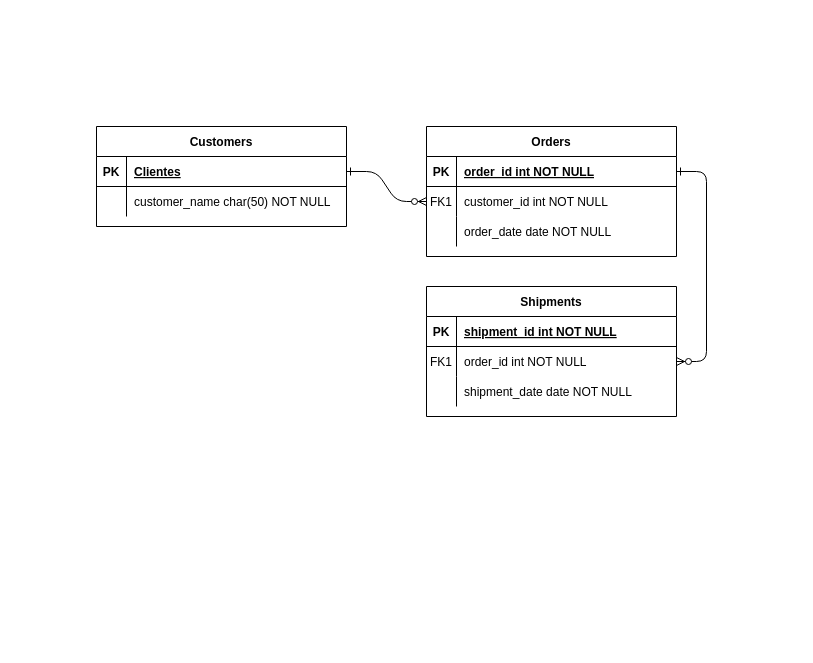
This is Diagrama sin título.drawio from santiago9910/Diplomado_Analisis_datos, a draw.io file, before an edit. Source tidied: cells renumbered, new cells numbered last; positions are measured from the earlier drawing's top-left corner, leaving out a move shared by most shapes. Both pictures are drawn from the tidied source at 100%, with x=0, y=0 at pixel (96, 126).
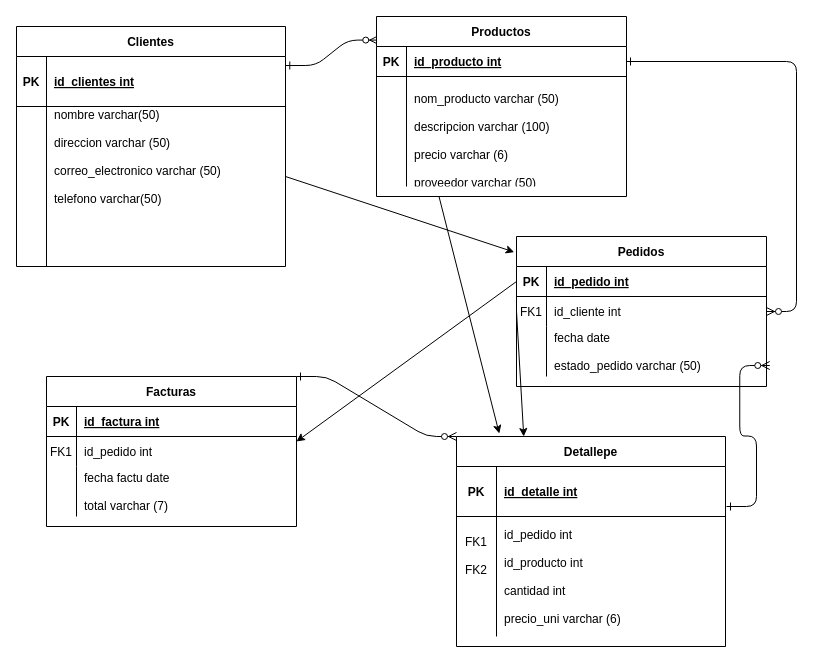
Above is the later version.

Unchanged cells that the change refers to:
```xml
<mxCell id="5" style="shape=partialRectangle;fillColor=none;points=[[0,0.5],[1,0.5]];portConstraint=eastwest;top=0;left=0;right=0;bottom=1;" parent="4" vertex="1">
  <mxGeometry y="30" width="250" height="30" as="geometry" />
</mxCell>
<mxCell id="15" style="shape=partialRectangle;fillColor=none;points=[[0,0.5],[1,0.5]];portConstraint=eastwest;top=0;left=0;right=0;bottom=1;" parent="14" vertex="1">
  <mxGeometry y="30" width="250" height="30" as="geometry" />
</mxCell>
<mxCell id="18" style="shape=partialRectangle;fillColor=none;points=[[0,0.5],[1,0.5]];portConstraint=eastwest;top=0;left=0;right=0;bottom=0;" parent="14" vertex="1">
  <mxGeometry y="60" width="250" height="30" as="geometry" />
</mxCell>
```

Diff of the diagram source:
```diff
@@
-    <mxCell id="2" style="edgeStyle=entityRelationEdgeStyle;endArrow=ERzeroToMany;startArrow=ERone;endFill=1;startFill=0;" parent="1" edge="1" source="25" target="8">
+    <mxCell id="2" style="edgeStyle=entityRelationEdgeStyle;endArrow=ERzeroToMany;startArrow=ERone;endFill=1;startFill=0;entryX=0.005;entryY=0.131;entryDx=0;entryDy=0;entryPerimeter=0;exitX=1.001;exitY=0.18;exitDx=0;exitDy=0;exitPerimeter=0;" parent="1" edge="1" source="25" target="4">
       <mxGeometry relative="1" as="geometry" />
     </mxCell>
@@
-    <mxCell id="4" value="Orders" style="shape=table;startSize=30;childLayout=tableLayout;rowLines=0;fontStyle=1;align=center;" parent="1" vertex="1">
-      <mxGeometry x="330" width="250" height="130" as="geometry" />
+    <mxCell id="4" value="Productos" style="shape=table;startSize=30;childLayout=tableLayout;rowLines=0;fontStyle=1;align=center;" parent="1" vertex="1">
+      <mxGeometry x="280" y="-110" width="250" height="180" as="geometry" />
     </mxCell>
@@
-    <mxCell id="7" value="order_id int NOT NULL " style="shape=partialRectangle;overflow=hidden;fillColor=none;top=0;left=0;bottom=0;right=0;align=left;spacingLeft=6;fontStyle=5;" parent="5" vertex="1">
+    <mxCell id="7" value="id_producto int" style="shape=partialRectangle;overflow=hidden;fillColor=none;top=0;left=0;bottom=0;right=0;align=left;spacingLeft=6;fontStyle=5;" parent="5" vertex="1">
       <mxGeometry x="30" width="220" height="30" as="geometry" />
     </mxCell>
-    <mxCell id="8" style="shape=partialRectangle;fillColor=none;points=[[0,0.5],[1,0.5]];portConstraint=eastwest;top=0;left=0;right=0;bottom=0;" parent="4" vertex="1">
-      <mxGeometry y="60" width="250" height="30" as="geometry" />
-    </mxCell>
-    <mxCell id="9" value="FK1" style="shape=partialRectangle;overflow=hidden;fillColor=none;top=0;left=0;bottom=0;right=0;" parent="8" vertex="1">
-      <mxGeometry width="30" height="30" as="geometry" />
-    </mxCell>
-    <mxCell id="10" value="customer_id int NOT NULL" style="shape=partialRectangle;overflow=hidden;fillColor=none;top=0;left=0;bottom=0;right=0;align=left;spacingLeft=6;" parent="8" vertex="1">
-      <mxGeometry x="30" width="220" height="30" as="geometry" />
-    </mxCell>
     <mxCell id="11" style="shape=partialRectangle;fillColor=none;top=0;left=0;right=0;bottom=0;" parent="4" vertex="1">
-      <mxGeometry y="90" width="250" height="30" as="geometry" />
+      <mxGeometry y="60" width="250" height="110" as="geometry" />
     </mxCell>
     <mxCell id="12" style="shape=partialRectangle;overflow=hidden;fillColor=none;top=0;left=0;bottom=0;right=0;" parent="11" vertex="1">
-      <mxGeometry width="30" height="30" as="geometry" />
+      <mxGeometry width="30" height="110" as="geometry" />
     </mxCell>
-    <mxCell id="13" value="order_date date NOT NULL" style="shape=partialRectangle;overflow=hidden;fillColor=none;top=0;left=0;bottom=0;right=0;align=left;spacingLeft=6;" parent="11" vertex="1">
-      <mxGeometry x="30" width="220" height="30" as="geometry" />
+    <mxCell id="13" value="&#10;nom_producto varchar (50)&#10;&#10;descripcion varchar (100)&#10;&#10;precio varchar (6)&#10;&#10;proveedor varchar (50)&#10;" style="shape=partialRectangle;overflow=hidden;fillColor=none;top=0;left=0;bottom=0;right=0;align=left;spacingLeft=6;" parent="11" vertex="1">
+      <mxGeometry x="30" width="220" height="110" as="geometry" />
     </mxCell>
-    <mxCell id="14" value="Shipments" style="shape=table;startSize=30;childLayout=tableLayout;rowLines=0;fontStyle=1;align=center;" parent="1" vertex="1">
-      <mxGeometry x="330" y="160" width="250" height="130" as="geometry" />
+    <mxCell id="14" value="Pedidos" style="shape=table;startSize=30;childLayout=tableLayout;rowLines=0;fontStyle=1;align=center;" parent="1" vertex="1">
+      <mxGeometry x="420" y="110" width="250" height="150" as="geometry" />
     </mxCell>
@@
-    <mxCell id="17" value="shipment_id int NOT NULL " style="shape=partialRectangle;overflow=hidden;fillColor=none;top=0;left=0;bottom=0;right=0;align=left;spacingLeft=6;fontStyle=5;" parent="15" vertex="1">
+    <mxCell id="17" value="id_pedido int" style="shape=partialRectangle;overflow=hidden;fillColor=none;top=0;left=0;bottom=0;right=0;align=left;spacingLeft=6;fontStyle=5;" parent="15" vertex="1">
       <mxGeometry x="30" width="220" height="30" as="geometry" />
     </mxCell>
@@
-    <mxCell id="20" value="order_id int NOT NULL" style="shape=partialRectangle;overflow=hidden;fillColor=none;top=0;left=0;bottom=0;right=0;align=left;spacingLeft=6;" parent="18" vertex="1">
+    <mxCell id="20" value="id_cliente int" style="shape=partialRectangle;overflow=hidden;fillColor=none;top=0;left=0;bottom=0;right=0;align=left;spacingLeft=6;" parent="18" vertex="1">
       <mxGeometry x="30" width="220" height="30" as="geometry" />
     </mxCell>
     <mxCell id="21" style="shape=partialRectangle;fillColor=none;points=[[0,0.5],[1,0.5]];portConstraint=eastwest;top=0;left=0;right=0;bottom=0;" parent="14" vertex="1">
-      <mxGeometry y="90" width="250" height="30" as="geometry" />
+      <mxGeometry y="90" width="250" height="50" as="geometry" />
     </mxCell>
     <mxCell id="22" style="shape=partialRectangle;overflow=hidden;fillColor=none;top=0;left=0;bottom=0;right=0;" parent="21" vertex="1">
-      <mxGeometry width="30" height="30" as="geometry" />
+      <mxGeometry width="30" height="50" as="geometry" />
     </mxCell>
-    <mxCell id="23" value="shipment_date date NOT NULL" style="shape=partialRectangle;overflow=hidden;fillColor=none;top=0;left=0;bottom=0;right=0;align=left;spacingLeft=6;" parent="21" vertex="1">
-      <mxGeometry x="30" width="220" height="30" as="geometry" />
+    <mxCell id="23" value="fecha date&#10;&#10;estado_pedido varchar (50)" style="shape=partialRectangle;overflow=hidden;fillColor=none;top=0;left=0;bottom=0;right=0;align=left;spacingLeft=6;" parent="21" vertex="1">
+      <mxGeometry x="30" width="220" height="50" as="geometry" />
     </mxCell>
-    <mxCell id="24" value="Customers" style="shape=table;startSize=30;childLayout=tableLayout;rowLines=0;fontStyle=1;align=center;" parent="1" vertex="1">
-      <mxGeometry width="250" height="100" as="geometry" />
+    <mxCell id="24" value="Clientes" style="shape=table;startSize=30;childLayout=tableLayout;rowLines=0;fontStyle=1;align=center;" parent="1" vertex="1">
+      <mxGeometry x="-80" y="-100" width="269" height="240" as="geometry" />
     </mxCell>
     <mxCell id="25" style="shape=partialRectangle;fillColor=none;points=[[0,0.5],[1,0.5]];portConstraint=eastwest;top=0;left=0;right=0;bottom=1;" parent="24" vertex="1">
-      <mxGeometry y="30" width="250" height="30" as="geometry" />
+      <mxGeometry y="30" width="269" height="50" as="geometry" />
     </mxCell>
     <mxCell id="26" value="PK" style="shape=partialRectangle;overflow=hidden;fillColor=none;top=0;left=0;bottom=0;right=0;fontStyle=1;" parent="25" vertex="1">
-      <mxGeometry width="30" height="30" as="geometry" />
+      <mxGeometry width="30" height="50" as="geometry" />
     </mxCell>
-    <mxCell id="27" value="Clientes" style="shape=partialRectangle;overflow=hidden;fillColor=none;top=0;left=0;bottom=0;right=0;align=left;spacingLeft=6;fontStyle=5;" parent="25" vertex="1">
-      <mxGeometry x="30" width="220" height="30" as="geometry" />
+    <mxCell id="27" value="id_clientes int" style="shape=partialRectangle;overflow=hidden;fillColor=none;top=0;left=0;bottom=0;right=0;align=left;spacingLeft=6;fontStyle=5;" parent="25" vertex="1">
+      <mxGeometry x="30" width="239" height="50" as="geometry" />
     </mxCell>
     <mxCell id="28" style="shape=partialRectangle;fillColor=none;top=0;left=0;right=0;bottom=0;" parent="24" vertex="1">
-      <mxGeometry y="60" width="250" height="30" as="geometry" />
+      <mxGeometry y="80" width="269" height="160" as="geometry" />
     </mxCell>
     <mxCell id="29" style="shape=partialRectangle;overflow=hidden;fillColor=none;top=0;left=0;bottom=0;right=0;" parent="28" vertex="1">
-      <mxGeometry width="30" height="30" as="geometry" />
+      <mxGeometry width="30" height="160" as="geometry" />
     </mxCell>
-    <mxCell id="30" value="customer_name char(50) NOT NULL" style="shape=partialRectangle;overflow=hidden;fillColor=none;top=0;left=0;bottom=0;right=0;align=left;spacingLeft=6;" parent="28" vertex="1">
-      <mxGeometry x="30" width="220" height="30" as="geometry" />
+    <mxCell id="30" value="nombre varchar(50)&#10;&#10;direccion varchar (50)&#10;&#10;correo_electronico varchar (50)&#10;&#10;telefono varchar(50)&#10;&#10;&#10;&#10;&#10;" style="shape=partialRectangle;overflow=hidden;fillColor=none;top=0;left=0;bottom=0;right=0;align=left;spacingLeft=6;" parent="28" vertex="1">
+      <mxGeometry x="30" width="239" height="160" as="geometry" />
     </mxCell>
+    <mxCell id="31" style="edgeStyle=entityRelationEdgeStyle;endArrow=ERzeroToMany;startArrow=ERone;endFill=1;startFill=0;entryX=0;entryY=0;entryDx=0;entryDy=0;exitX=1;exitY=0;exitDx=0;exitDy=0;" parent="1" edge="1" source="43" target="32">
+      <mxGeometry relative="1" as="geometry" />
+    </mxCell>
+    <mxCell id="32" value="Detallepe" style="shape=table;startSize=30;childLayout=tableLayout;rowLines=0;fontStyle=1;align=center;" parent="1" vertex="1">
+      <mxGeometry x="360" y="310" width="269" height="210" as="geometry" />
+    </mxCell>
+    <mxCell id="33" style="shape=partialRectangle;fillColor=none;top=0;left=0;right=0;bottom=1;" parent="32" vertex="1">
+      <mxGeometry y="30" width="269" height="50" as="geometry" />
+    </mxCell>
+    <mxCell id="34" value="PK" style="shape=partialRectangle;overflow=hidden;fillColor=none;top=0;left=0;bottom=0;right=0;fontStyle=1;" parent="33" vertex="1">
+      <mxGeometry width="40" height="50" as="geometry" />
+    </mxCell>
+    <mxCell id="35" value="id_detalle int" style="shape=partialRectangle;overflow=hidden;fillColor=none;top=0;left=0;bottom=0;right=0;align=left;spacingLeft=6;fontStyle=5;" parent="33" vertex="1">
+      <mxGeometry x="40" width="229" height="50" as="geometry" />
+    </mxCell>
+    <mxCell id="36" style="shape=partialRectangle;fillColor=none;top=0;left=0;right=0;bottom=0;" parent="32" vertex="1">
+      <mxGeometry y="80" width="269" height="120" as="geometry" />
+    </mxCell>
+    <mxCell id="37" value="FK1&#10;&#10;FK2&#10;&#10;&#10;" style="shape=partialRectangle;overflow=hidden;fillColor=none;top=0;left=0;bottom=0;right=0;" parent="36" vertex="1">
+      <mxGeometry width="40" height="120" as="geometry" />
+    </mxCell>
+    <mxCell id="38" value="id_pedido int&#10;&#10;id_producto int&#10;&#10;cantidad int&#10;&#10;precio_uni varchar (6)" style="shape=partialRectangle;overflow=hidden;fillColor=none;top=0;left=0;bottom=0;right=0;align=left;spacingLeft=6;" parent="36" vertex="1">
+      <mxGeometry x="40" width="229" height="120" as="geometry" />
+    </mxCell>
+    <mxCell id="39" style="edgeStyle=entityRelationEdgeStyle;endArrow=ERzeroToMany;startArrow=ERone;endFill=1;startFill=0;entryX=1.013;entryY=0.78;entryDx=0;entryDy=0;entryPerimeter=0;" parent="1" edge="1" target="21">
+      <mxGeometry relative="1" as="geometry">
+        <mxPoint x="630" y="380" as="sourcePoint" />
+        <Array as="points">
+          <mxPoint x="685.5" y="230" />
+        </Array>
+      </mxGeometry>
+    </mxCell>
+    <mxCell id="40" style="edgeStyle=none;jettySize=auto;html=1;rounded=0;entryX=-0.009;entryY=0.104;entryDx=0;entryDy=0;entryPerimeter=0;" parent="1" edge="1" target="14">
+      <mxGeometry relative="1" as="geometry">
+        <mxPoint x="189" y="50" as="sourcePoint" />
+      </mxGeometry>
+    </mxCell>
+    <mxCell id="41" style="edgeStyle=none;jettySize=auto;html=1;rounded=0;entryX=0.25;entryY=0;entryDx=0;entryDy=0;exitX=0;exitY=0.5;exitDx=0;exitDy=0;" parent="1" edge="1" source="18" target="32">
+      <mxGeometry relative="1" as="geometry" />
+    </mxCell>
+    <mxCell id="42" style="edgeStyle=none;jettySize=auto;html=1;rounded=0;entryX=0.159;entryY=-0.014;entryDx=0;entryDy=0;entryPerimeter=0;exitX=0.25;exitY=1;exitDx=0;exitDy=0;" parent="1" edge="1" source="4" target="32">
+      <mxGeometry relative="1" as="geometry" />
+    </mxCell>
+    <mxCell id="43" value="Facturas" style="shape=table;startSize=30;childLayout=tableLayout;rowLines=0;fontStyle=1;align=center;" parent="1" vertex="1">
+      <mxGeometry x="-50" y="250" width="250" height="150" as="geometry" />
+    </mxCell>
+    <mxCell id="44" style="shape=partialRectangle;fillColor=none;top=0;left=0;right=0;bottom=1;" parent="43" vertex="1">
+      <mxGeometry y="30" width="250" height="30" as="geometry" />
+    </mxCell>
+    <mxCell id="45" value="PK" style="shape=partialRectangle;overflow=hidden;fillColor=none;top=0;left=0;bottom=0;right=0;fontStyle=1;" parent="44" vertex="1">
+      <mxGeometry width="30" height="30" as="geometry" />
+    </mxCell>
+    <mxCell id="46" value="id_factura int" style="shape=partialRectangle;overflow=hidden;fillColor=none;top=0;left=0;bottom=0;right=0;align=left;spacingLeft=6;fontStyle=5;" parent="44" vertex="1">
+      <mxGeometry x="30" width="220" height="30" as="geometry" />
+    </mxCell>
+    <mxCell id="8" style="shape=partialRectangle;fillColor=none;points=[[0,0.5],[1,0.5]];portConstraint=eastwest;top=0;left=0;right=0;bottom=0;" parent="43" vertex="1">
+      <mxGeometry y="60" width="250" height="30" as="geometry" />
+    </mxCell>
+    <mxCell id="9" value="FK1" style="shape=partialRectangle;overflow=hidden;fillColor=none;top=0;left=0;bottom=0;right=0;" parent="8" vertex="1">
+      <mxGeometry width="30" height="30" as="geometry" />
+    </mxCell>
+    <mxCell id="47" value="id_pedido int" style="shape=partialRectangle;overflow=hidden;fillColor=none;top=0;left=0;bottom=0;right=0;align=left;spacingLeft=6;" parent="8" vertex="1">
+      <mxGeometry x="30" width="220" height="30" as="geometry" />
+    </mxCell>
+    <mxCell id="48" style="shape=partialRectangle;fillColor=none;top=0;left=0;right=0;bottom=0;" parent="43" vertex="1">
+      <mxGeometry y="90" width="250" height="50" as="geometry" />
+    </mxCell>
+    <mxCell id="49" style="shape=partialRectangle;overflow=hidden;fillColor=none;top=0;left=0;bottom=0;right=0;" parent="48" vertex="1">
+      <mxGeometry width="30" height="50" as="geometry" />
+    </mxCell>
+    <mxCell id="50" value="fecha factu date&#10;&#10;total varchar (7)" style="shape=partialRectangle;overflow=hidden;fillColor=none;top=0;left=0;bottom=0;right=0;align=left;spacingLeft=6;" parent="48" vertex="1">
+      <mxGeometry x="30" width="220" height="50" as="geometry" />
+    </mxCell>
+    <mxCell id="51" style="edgeStyle=none;jettySize=auto;html=1;rounded=0;entryX=1;entryY=0.167;entryDx=0;entryDy=0;entryPerimeter=0;exitX=0;exitY=0.5;exitDx=0;exitDy=0;" parent="1" edge="1" source="15" target="8">
+      <mxGeometry relative="1" as="geometry" />
+    </mxCell>
```
